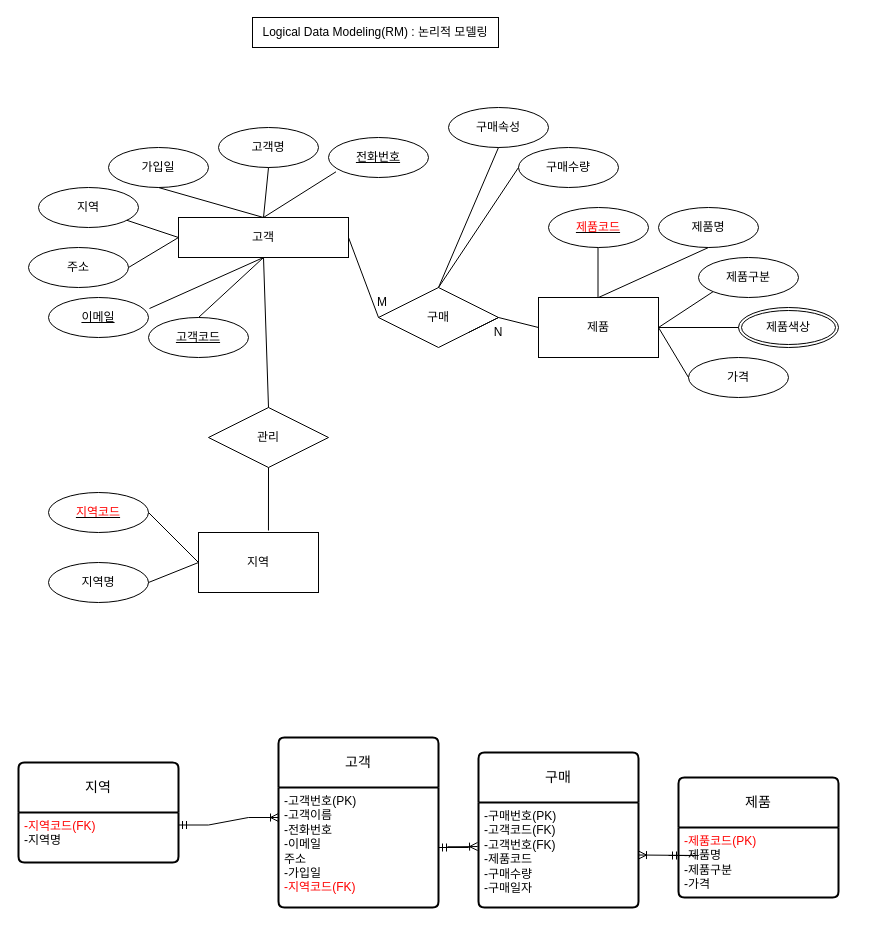
Before: page "페이지-2" (2 of 2) of erd.drawio in Kimz00/ai8erd, a draw.io diagram. Source tidied: cells renumbered, new cells numbered last; positions are measured from the earlier drawing's top-left corner, leaving out a move shared by most shapes. Both pictures are drawn from the tidied source at 100%, with x=0, y=0 at pixel (18, 17).
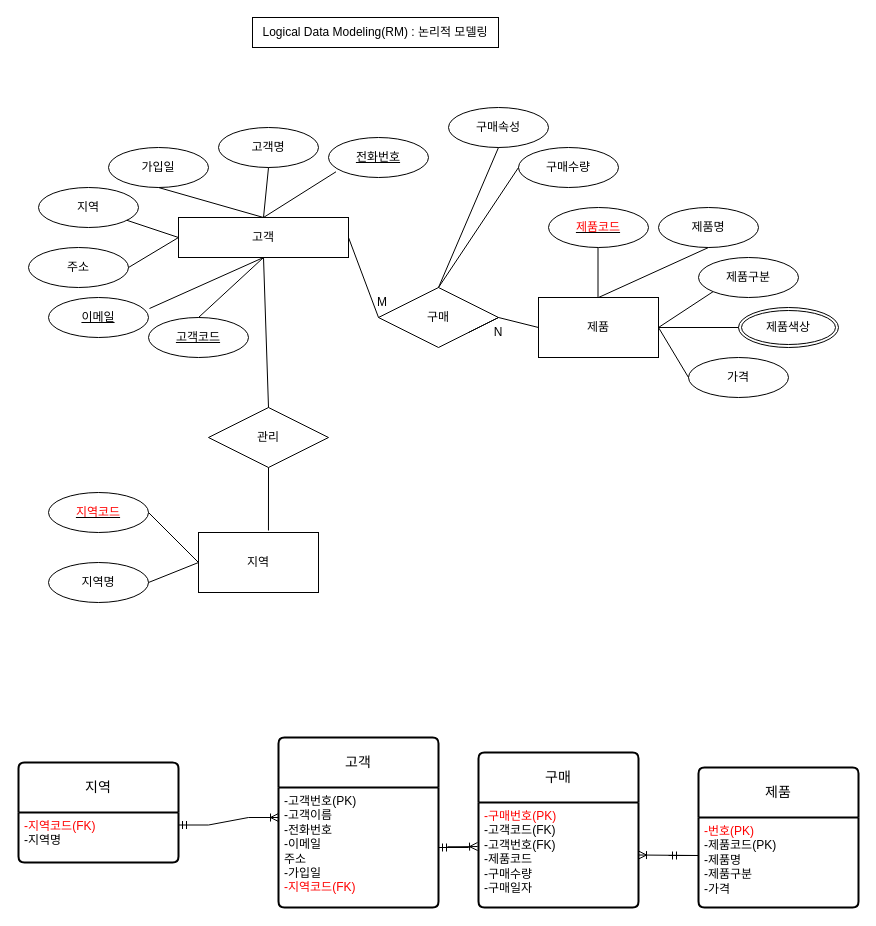
The same page after the edit.

Unchanged cells that the change refers to:
```xml
<mxCell id="47" value="구매" style="swimlane;horizontal=1;startSize=50;rounded=1;fontSize=14;fontStyle=0;strokeWidth=2;shadow=0;dashed=0;align=center;arcSize=4;whiteSpace=wrap;html=1;" parent="1" vertex="1">
  <mxGeometry x="460" y="735" width="160" height="155" as="geometry" />
</mxCell>
```

Diff of the diagram source:
```diff
@@
     <mxCell id="45" value="제품" style="swimlane;horizontal=1;startSize=50;rounded=1;fontSize=14;fontStyle=0;strokeWidth=2;shadow=0;dashed=0;align=center;arcSize=4;whiteSpace=wrap;html=1;" parent="1" vertex="1">
-      <mxGeometry x="660" y="760" width="160" height="120" as="geometry" />
+      <mxGeometry x="680" y="750" width="160" height="140" as="geometry" />
     </mxCell>
-    <mxCell id="46" value="&lt;font color=&quot;#ff0000&quot;&gt;-제품코드(PK)&lt;br&gt;&lt;/font&gt;-제품명&lt;br&gt;-제품구분&lt;br&gt;-가격" style="align=left;strokeColor=none;fillColor=none;spacingLeft=4;fontSize=12;verticalAlign=top;html=1;" parent="45" vertex="1">
-      <mxGeometry y="50" width="160" height="70" as="geometry" />
+    <mxCell id="46" value="&lt;font color=&quot;#ff0000&quot;&gt;-번호(PK)&lt;/font&gt;&lt;br&gt;-제품코드(PK)&lt;br&gt;-제품명&lt;br&gt;-제품구분&lt;br&gt;-가격" style="align=left;strokeColor=none;fillColor=none;spacingLeft=4;fontSize=12;verticalAlign=top;html=1;" parent="45" vertex="1">
+      <mxGeometry y="50" width="160" height="90" as="geometry" />
     </mxCell>
@@
-    <mxCell id="48" value="-구매번호(PK)&lt;br&gt;-고객코드(FK)&lt;br&gt;-고객번호(FK)&lt;br&gt;-제품코드&lt;br&gt;-구매수량&lt;br&gt;-구매일자" style="align=left;strokeColor=none;fillColor=none;spacingLeft=4;fontSize=12;verticalAlign=top;html=1;" parent="47" vertex="1">
+    <mxCell id="48" value="&lt;font color=&quot;#ff0000&quot;&gt;-구매번호(PK)&lt;br&gt;&lt;/font&gt;-고객코드(FK)&lt;br&gt;-고객번호(FK)&lt;br&gt;-제품코드&lt;br&gt;-구매수량&lt;br&gt;-구매일자" style="align=left;strokeColor=none;fillColor=none;spacingLeft=4;fontSize=12;verticalAlign=top;html=1;" parent="47" vertex="1">
       <mxGeometry y="50" width="160" height="105" as="geometry" />
     </mxCell>
```
